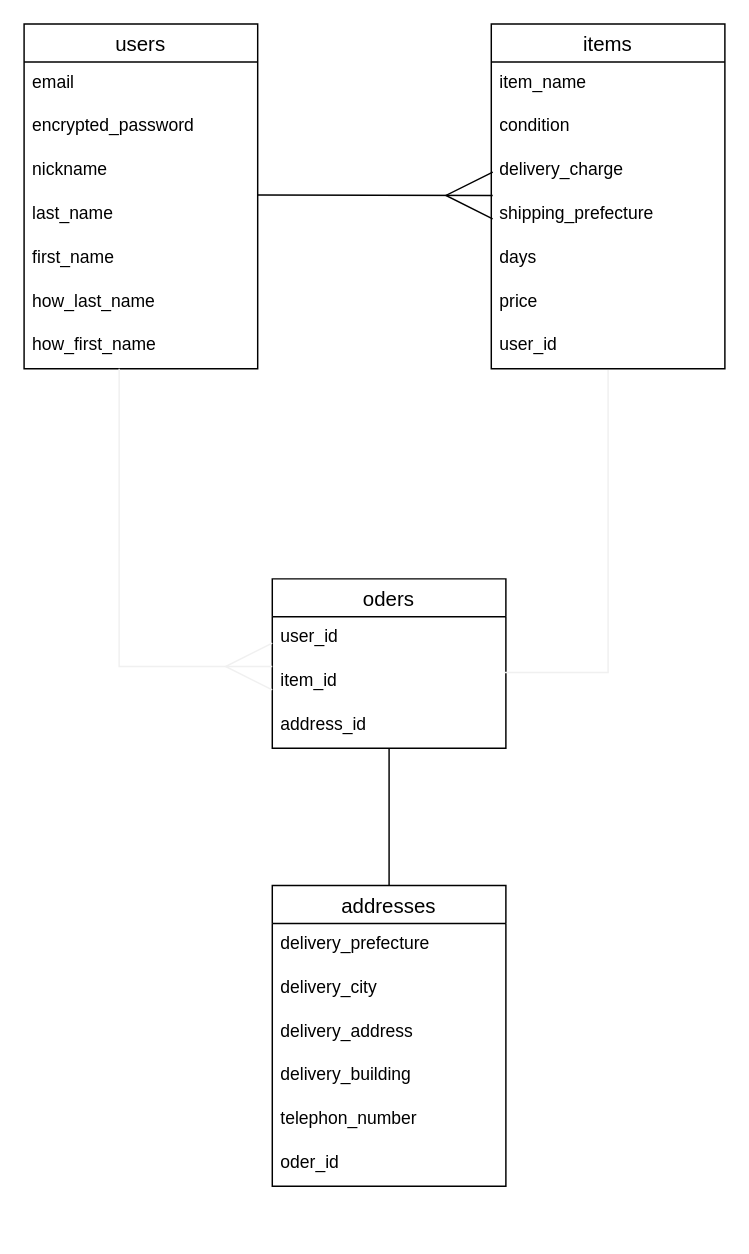
coronnoniwa/furima-38795 keeps this draw.io diagram as ER.dio. Above is the earlier version. Source tidied: cells renumbered, new cells numbered last; positions are measured from the earlier drawing's top-left corner, leaving out a move shared by most shapes. Both pictures are drawn from the tidied source at 146%, with x=0, y=0 at pixel (23, 23).
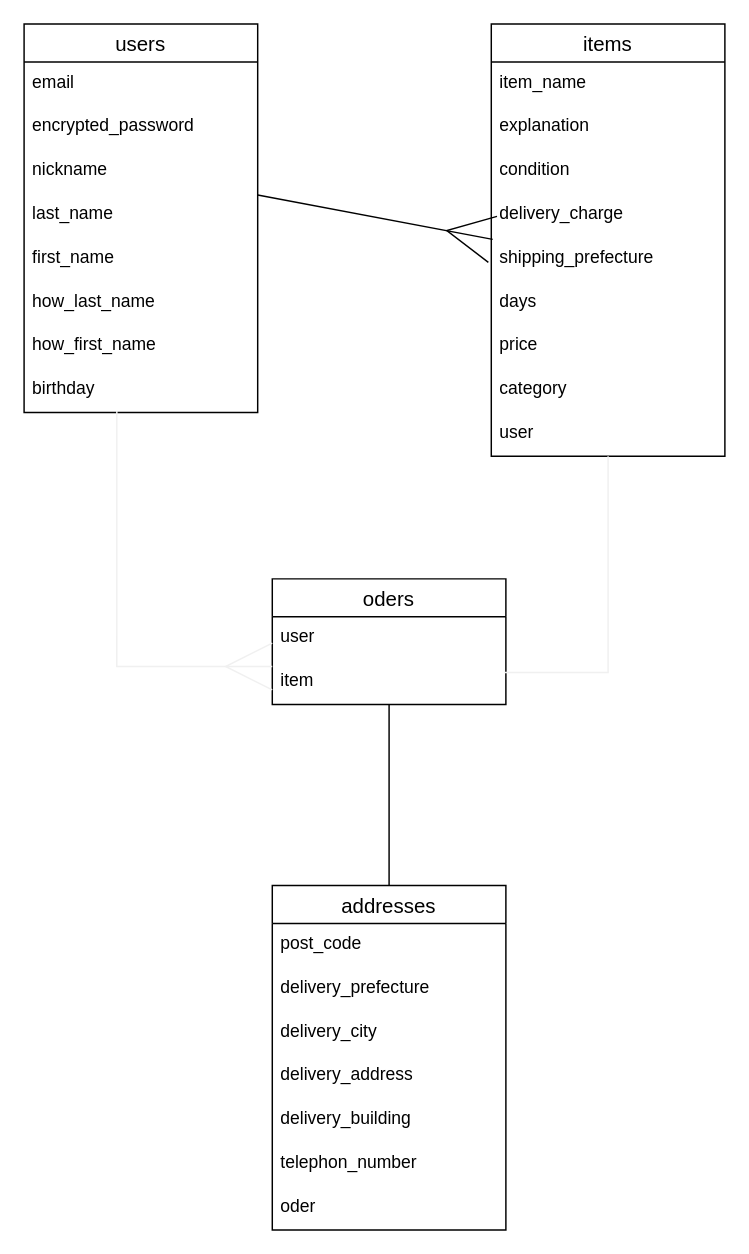
After the change.

Commit message (it also covers changes not shown here):
データベース設計修正１

The change refers to these unchanged cells:
```xml
<mxCell id="10" value="how_first_name" style="text;strokeColor=none;fillColor=none;spacingLeft=4;spacingRight=4;overflow=hidden;points=[[0,0.5],[1,0.5]];portConstraint=eastwest;fontSize=12;" parent="3" vertex="1">
  <mxGeometry y="206" width="160" height="30" as="geometry" />
</mxCell>
```

Change to the diagram source:
```diff
@@
     <mxCell id="3" value="users" style="swimlane;fontStyle=0;horizontal=1;startSize=26;align=center;fontSize=14;" parent="1" vertex="1">
-      <mxGeometry width="160" height="236" as="geometry" />
+      <mxGeometry width="160" height="266" as="geometry" />
     </mxCell>
@@
+    <mxCell id="33" value="birthday" style="text;strokeColor=none;fillColor=none;spacingLeft=4;spacingRight=4;overflow=hidden;points=[[0,0.5],[1,0.5]];portConstraint=eastwest;fontSize=12;" parent="3" vertex="1">
+      <mxGeometry y="236" width="160" height="30" as="geometry" />
+    </mxCell>
     <mxCell id="11" value="items" style="swimlane;fontStyle=0;horizontal=1;startSize=26;align=center;fontSize=14;" parent="1" vertex="1">
-      <mxGeometry x="320" width="160" height="236" as="geometry" />
+      <mxGeometry x="320" width="160" height="296" as="geometry" />
     </mxCell>
@@
+    <mxCell id="34" value="explanation" style="text;strokeColor=none;fillColor=none;spacingLeft=4;spacingRight=4;overflow=hidden;fontSize=12;" parent="11" vertex="1">
+      <mxGeometry y="56" width="160" height="30" as="geometry" />
+    </mxCell>
     <mxCell id="13" value="condition" style="text;strokeColor=none;fillColor=none;spacingLeft=4;spacingRight=4;overflow=hidden;fontSize=12;" parent="11" vertex="1">
-      <mxGeometry y="56" width="160" height="30" as="geometry" />
+      <mxGeometry y="86" width="160" height="30" as="geometry" />
     </mxCell>
     <mxCell id="14" value="delivery_charge" style="text;strokeColor=none;fillColor=none;spacingLeft=4;spacingRight=4;overflow=hidden;fontSize=12;" parent="11" vertex="1">
-      <mxGeometry y="86" width="160" height="30" as="geometry" />
+      <mxGeometry y="116" width="160" height="30" as="geometry" />
     </mxCell>
     <mxCell id="15" value="shipping_prefecture" style="text;strokeColor=none;fillColor=none;spacingLeft=4;spacingRight=4;overflow=hidden;points=[[0,0.5],[1,0.5]];portConstraint=eastwest;fontSize=12;" parent="11" vertex="1">
-      <mxGeometry y="116" width="160" height="30" as="geometry" />
+      <mxGeometry y="146" width="160" height="30" as="geometry" />
     </mxCell>
     <mxCell id="16" value="days" style="text;strokeColor=none;fillColor=none;spacingLeft=4;spacingRight=4;overflow=hidden;fontSize=12;" parent="11" vertex="1">
-      <mxGeometry y="146" width="160" height="30" as="geometry" />
+      <mxGeometry y="176" width="160" height="30" as="geometry" />
     </mxCell>
     <mxCell id="17" value="price" style="text;strokeColor=none;fillColor=none;spacingLeft=4;spacingRight=4;overflow=hidden;fontSize=12;" parent="11" vertex="1">
-      <mxGeometry y="176" width="160" height="30" as="geometry" />
+      <mxGeometry y="206" width="160" height="30" as="geometry" />
     </mxCell>
+    <mxCell id="35" value="category" style="text;strokeColor=none;fillColor=none;spacingLeft=4;spacingRight=4;overflow=hidden;fontSize=12;" parent="11" vertex="1">
+      <mxGeometry y="236" width="160" height="30" as="geometry" />
+    </mxCell>
-    <mxCell id="18" value="user_id" style="text;strokeColor=none;fillColor=none;spacingLeft=4;spacingRight=4;overflow=hidden;fontSize=12;" parent="11" vertex="1">
-      <mxGeometry y="206" width="160" height="30" as="geometry" />
+    <mxCell id="18" value="user" style="text;strokeColor=none;fillColor=none;spacingLeft=4;spacingRight=4;overflow=hidden;fontSize=12;" parent="11" vertex="1">
+      <mxGeometry y="266" width="160" height="30" as="geometry" />
     </mxCell>
     <mxCell id="19" value="oders" style="swimlane;fontStyle=0;horizontal=1;startSize=26;align=center;fontSize=14;" parent="1" vertex="1">
-      <mxGeometry x="170" y="380" width="160" height="116" as="geometry" />
+      <mxGeometry x="170" y="380" width="160" height="86" as="geometry" />
     </mxCell>
-    <mxCell id="20" value="user_id" style="text;strokeColor=none;fillColor=none;spacingLeft=4;spacingRight=4;overflow=hidden;fontSize=12;" parent="19" vertex="1">
+    <mxCell id="20" value="user" style="text;strokeColor=none;fillColor=none;spacingLeft=4;spacingRight=4;overflow=hidden;fontSize=12;" parent="19" vertex="1">
       <mxGeometry y="26" width="160" height="30" as="geometry" />
     </mxCell>
-    <mxCell id="21" value="item_id" style="text;strokeColor=none;fillColor=none;spacingLeft=4;spacingRight=4;overflow=hidden;points=[[0,0.5],[1,0.5]];portConstraint=eastwest;fontSize=12;" parent="19" vertex="1">
+    <mxCell id="21" value="item" style="text;strokeColor=none;fillColor=none;spacingLeft=4;spacingRight=4;overflow=hidden;points=[[0,0.5],[1,0.5]];portConstraint=eastwest;fontSize=12;" parent="19" vertex="1">
       <mxGeometry y="56" width="160" height="30" as="geometry" />
     </mxCell>
-    <mxCell id="22" value="address_id" style="text;strokeColor=none;fillColor=none;spacingLeft=4;spacingRight=4;overflow=hidden;fontSize=12;" parent="19" vertex="1">
-      <mxGeometry y="86" width="160" height="30" as="geometry" />
-    </mxCell>
     <mxCell id="23" value="addresses" style="swimlane;fontStyle=0;horizontal=1;startSize=26;align=center;fontSize=14;" parent="1" vertex="1">
-      <mxGeometry x="170" y="590" width="160" height="206" as="geometry" />
+      <mxGeometry x="170" y="590" width="160" height="236" as="geometry" />
     </mxCell>
+    <mxCell id="36" value="post_code" style="text;strokeColor=none;fillColor=none;spacingLeft=4;spacingRight=4;overflow=hidden;fontSize=12;" parent="23" vertex="1">
+      <mxGeometry y="26" width="160" height="30" as="geometry" />
+    </mxCell>
     <mxCell id="24" value="delivery_prefecture" style="text;strokeColor=none;fillColor=none;spacingLeft=4;spacingRight=4;overflow=hidden;fontSize=12;" parent="23" vertex="1">
-      <mxGeometry y="26" width="160" height="30" as="geometry" />
+      <mxGeometry y="56" width="160" height="30" as="geometry" />
     </mxCell>
     <mxCell id="25" value="delivery_city" style="text;strokeColor=none;fillColor=none;spacingLeft=4;spacingRight=4;overflow=hidden;fontSize=12;" parent="23" vertex="1">
-      <mxGeometry y="56" width="160" height="30" as="geometry" />
+      <mxGeometry y="86" width="160" height="30" as="geometry" />
     </mxCell>
     <mxCell id="26" value="delivery_address" style="text;strokeColor=none;fillColor=none;spacingLeft=4;spacingRight=4;overflow=hidden;fontSize=12;" parent="23" vertex="1">
-      <mxGeometry y="86" width="160" height="30" as="geometry" />
+      <mxGeometry y="116" width="160" height="30" as="geometry" />
     </mxCell>
     <mxCell id="27" value="delivery_building" style="text;strokeColor=none;fillColor=none;spacingLeft=4;spacingRight=4;overflow=hidden;fontSize=12;" parent="23" vertex="1">
-      <mxGeometry y="116" width="160" height="30" as="geometry" />
+      <mxGeometry y="146" width="160" height="30" as="geometry" />
     </mxCell>
     <mxCell id="28" value="telephon_number" style="text;strokeColor=none;fillColor=none;spacingLeft=4;spacingRight=4;overflow=hidden;fontSize=12;" parent="23" vertex="1">
-      <mxGeometry y="146" width="160" height="30" as="geometry" />
+      <mxGeometry y="176" width="160" height="30" as="geometry" />
     </mxCell>
-    <mxCell id="29" value="oder_id" style="text;strokeColor=none;fillColor=none;spacingLeft=4;spacingRight=4;overflow=hidden;fontSize=12;" parent="23" vertex="1">
-      <mxGeometry y="176" width="160" height="30" as="geometry" />
+    <mxCell id="29" value="oder" style="text;strokeColor=none;fillColor=none;spacingLeft=4;spacingRight=4;overflow=hidden;fontSize=12;" parent="23" vertex="1">
+      <mxGeometry y="206" width="160" height="30" as="geometry" />
     </mxCell>
@@
-    <mxCell id="31" style="edgeStyle=segmentEdgeStyle;endArrow=ERmany;html=1;curved=0;rounded=0;endSize=30;startSize=30;strokeColor=#F0F0F0;strokeWidth=1;sourcePerimeterSpacing=10;targetPerimeterSpacing=4;exitX=0.407;exitY=1;exitDx=0;exitDy=0;exitPerimeter=0;startArrow=none;startFill=0;endFill=0;" parent="1" edge="1" source="10">
+    <mxCell id="31" style="edgeStyle=segmentEdgeStyle;endArrow=ERmany;html=1;curved=0;rounded=0;endSize=30;startSize=30;strokeColor=#F0F0F0;strokeWidth=1;sourcePerimeterSpacing=10;targetPerimeterSpacing=4;startArrow=none;startFill=0;endFill=0;exitX=0.397;exitY=0.96;exitDx=0;exitDy=0;exitPerimeter=0;" parent="1" edge="1" source="33">
       <mxGeometry relative="1" as="geometry">
         <mxPoint x="170" y="440" as="targetPoint" />
         <Array as="points">
-          <mxPoint x="65" y="440" />
-          <mxPoint x="171" y="440" />
+          <mxPoint x="64" y="440" />
         </Array>
       </mxGeometry>
     </mxCell>
-    <mxCell id="32" style="edgeStyle=segmentEdgeStyle;endArrow=none;html=1;curved=0;rounded=0;endSize=30;startSize=30;strokeColor=#F0F0F0;strokeWidth=1;sourcePerimeterSpacing=10;targetPerimeterSpacing=4;exitX=0.994;exitY=0.27;exitDx=0;exitDy=0;exitPerimeter=0;startArrow=none;startFill=0;endFill=0;" parent="1" edge="1" source="21">
+    <mxCell id="32" style="edgeStyle=segmentEdgeStyle;endArrow=none;html=1;curved=0;rounded=0;endSize=30;startSize=30;strokeColor=#F0F0F0;strokeWidth=1;sourcePerimeterSpacing=10;targetPerimeterSpacing=4;exitX=0.994;exitY=0.27;exitDx=0;exitDy=0;exitPerimeter=0;startArrow=none;startFill=0;endFill=0;entryX=0.5;entryY=1;entryDx=0;entryDy=0;" parent="1" edge="1" source="21" target="11">
       <mxGeometry relative="1" as="geometry">
-        <mxPoint x="400" y="237" as="targetPoint" />
         <Array as="points">
           <mxPoint x="400" y="444" />
-          <mxPoint x="400" y="237" />
         </Array>
       </mxGeometry>
     </mxCell>
```
